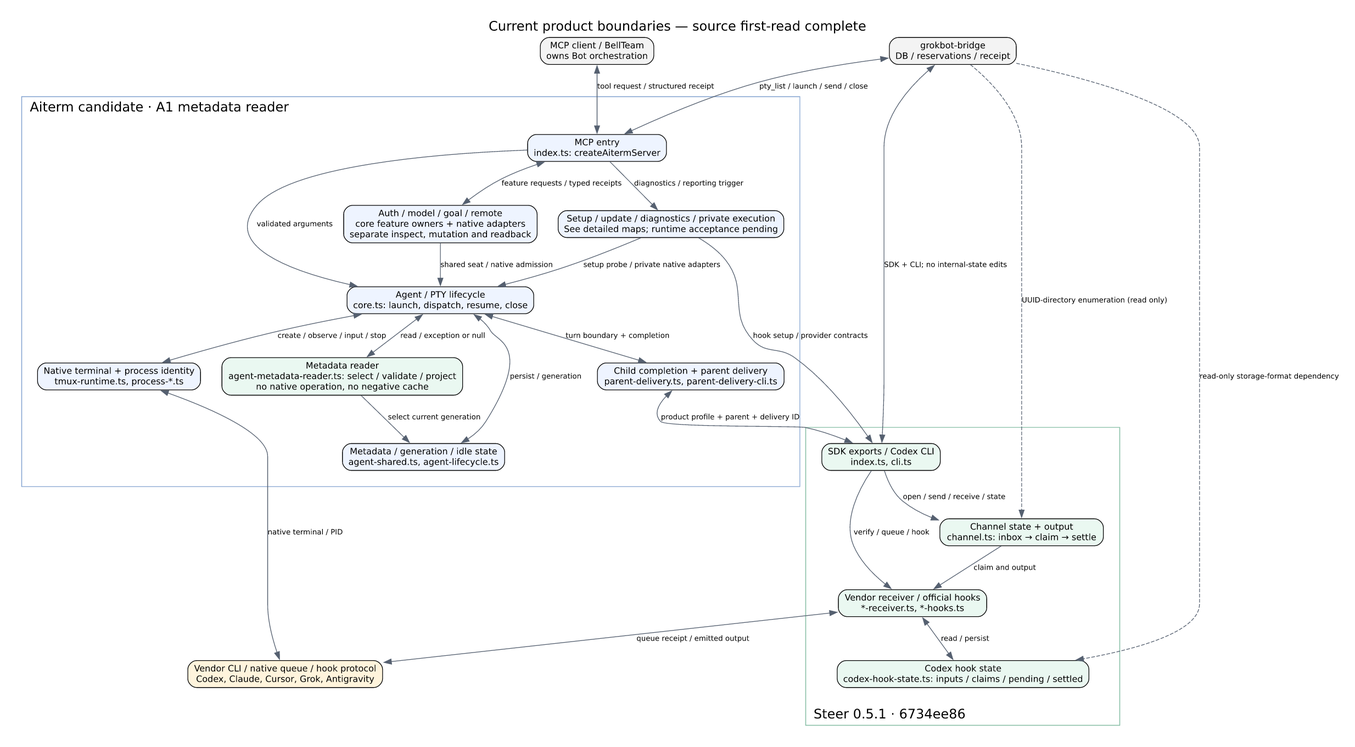
Earlier version of the Graphviz export docs/architecture/current-overview.png (kitepon/aiterm-mcp). Its source is kept beside it as docs/architecture/current-overview.dot.
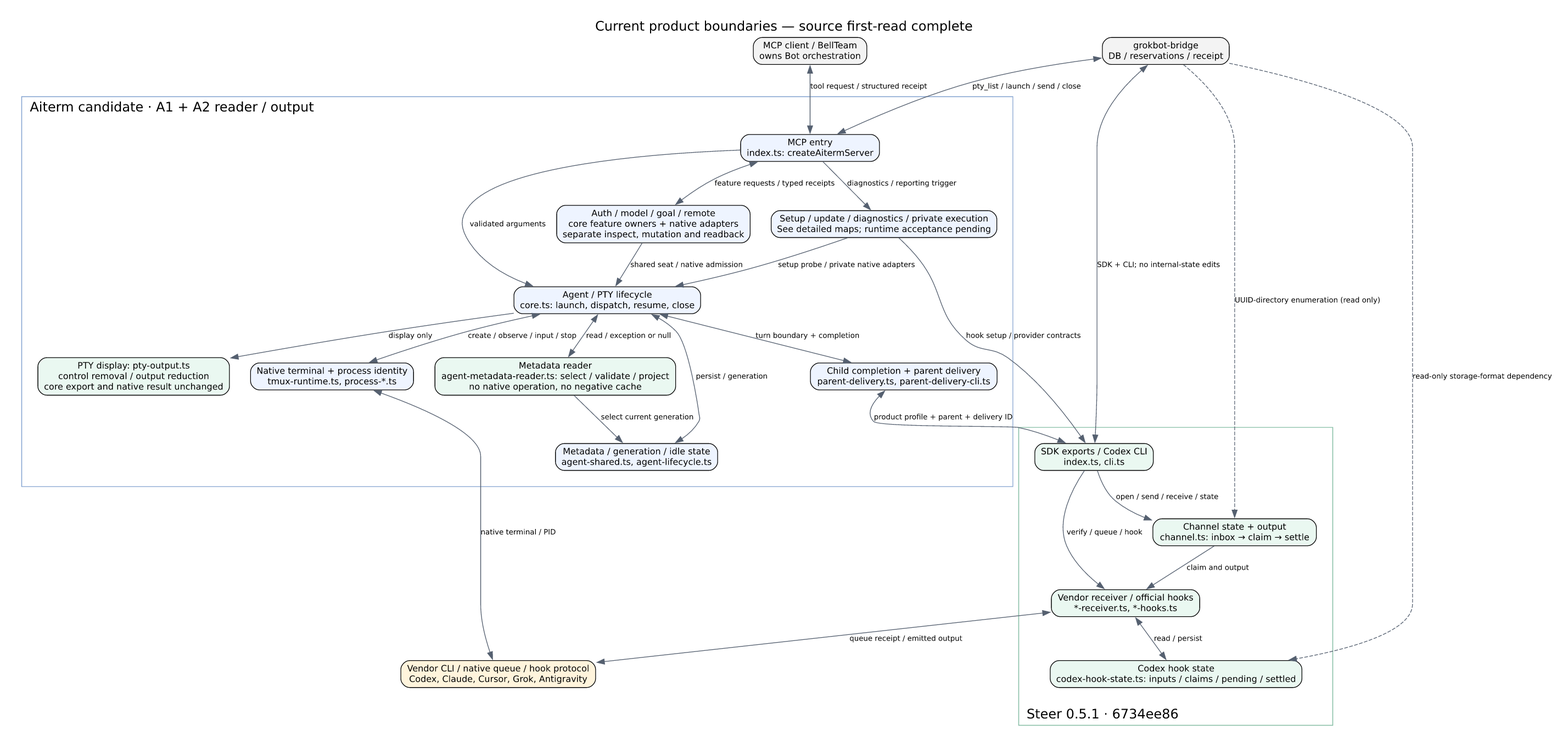
After the change.

Commit message:
refactor: isolate pure PTY display processing

Diff of the diagram source:
```diff
@@ -5,9 +5,10 @@
  client [label="MCP client / BellTeam\nowns Bot orchestration",fillcolor="#f3f3f3"];
  bridge [label="grokbot-bridge\nDB / reservations / receipt",fillcolor="#f3f3f3"];
  subgraph cluster_a {
-  label="Aiterm candidate · A1 metadata reader";labeljust=l;margin=22;color="#82a2d0";
+  label="Aiterm candidate · A1 + A2 reader / output";labeljust=l;margin=22;color="#82a2d0";
   mcp [label="MCP entry\nindex.ts: createAitermServer"];
   lifecycle [label="Agent / PTY lifecycle\ncore.ts: launch, dispatch, resume, close"];
+  output [label="PTY display: pty-output.ts\ncontrol removal / output reduction\ncore export and native result unchanged",fillcolor="#eaf8f1"];
   reader [label="Metadata reader\nagent-metadata-reader.ts: select / validate / project\nno native operation, no negative cache",fillcolor="#eaf8f1"];
   state [label="Metadata / generation / idle state\nagent-shared.ts, agent-lifecycle.ts"];
   runtime [label="Native terminal + process identity\ntmux-runtime.ts, process-*.ts"];
@@ -27,6 +28,7 @@
  bridge -> mcp [label="pty_list / launch / send / close",dir=both];
  mcp -> lifecycle [label="validated arguments"];
  lifecycle -> state [label="persist / generation",dir=both];
+ lifecycle -> output [label="display only"];
  lifecycle -> reader [label="read / exception or null",dir=both];
  reader -> state [label="select current generation"];
  lifecycle -> runtime [label="create / observe / input / stop",dir=both];
```
